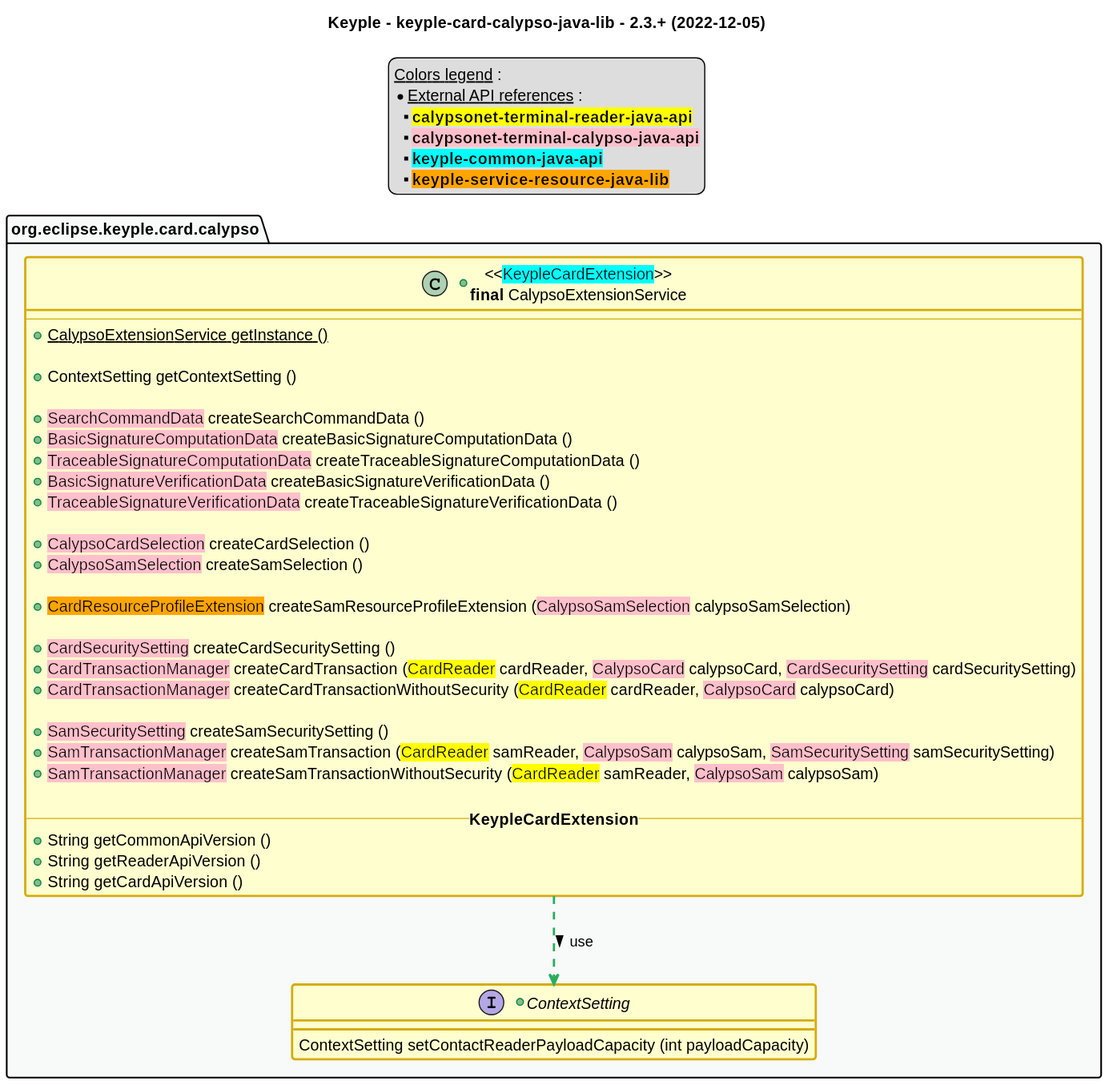
Before: src/main/uml/api_class_diagram.svg, a diagram exported from PlantUML (eclipse-keyple/keyple-card-calypso-java-lib).
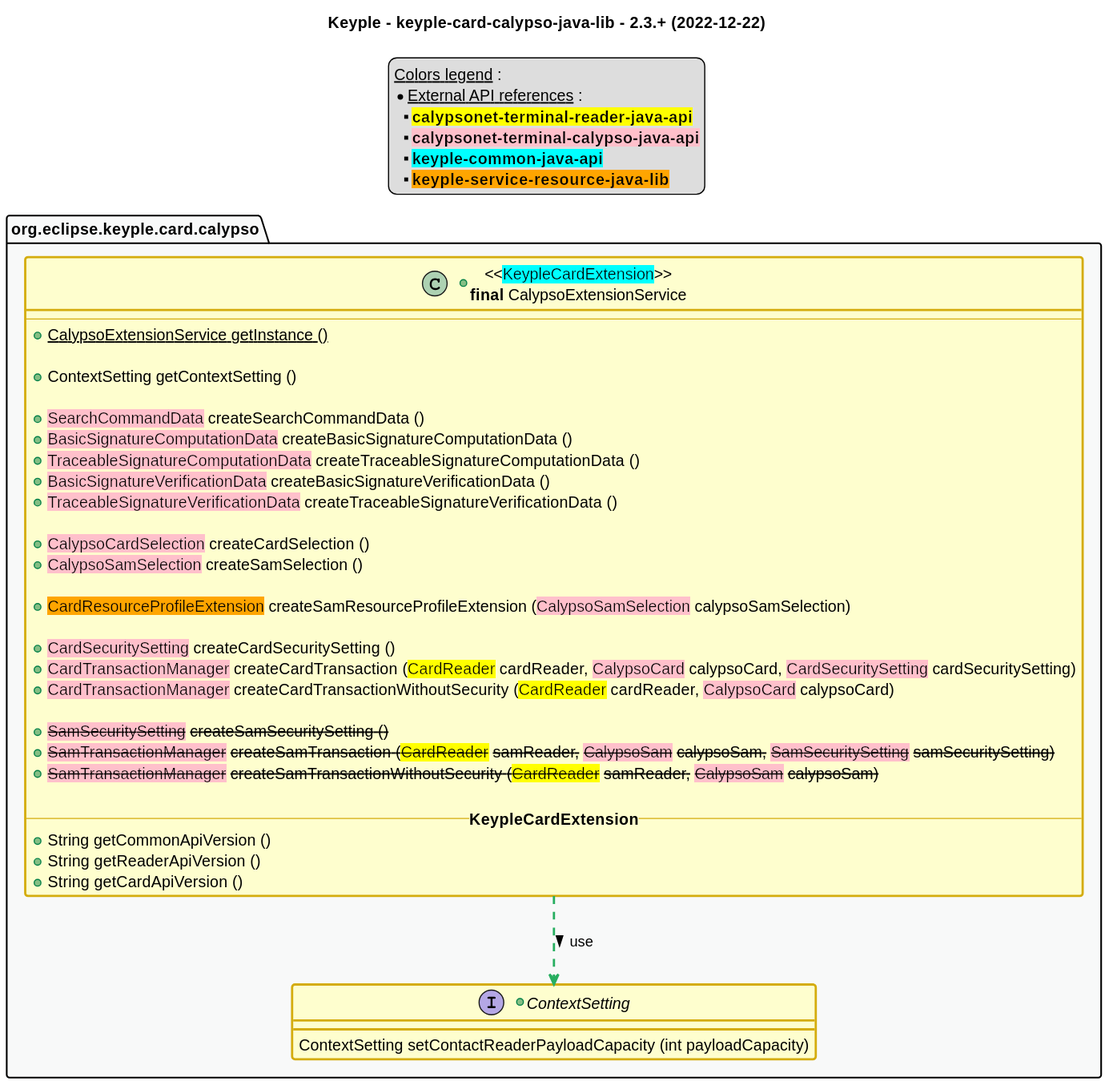
Later version of the same file.

What changed in the source:
```diff
@@ -1,6 +1,6 @@
 @startuml
 title
-    Keyple - keyple-card-calypso-java-lib - 2.3.+ (2022-12-05)
+    Keyple - keyple-card-calypso-java-lib - 2.3.+ (2022-12-22)
 end title
 
 
@@ -71,23 +71,22 @@
         +<back:pink>CardTransactionManager</back> createCardTransaction (<back:yellow>CardReader</back> cardReader, <back:pink>CalypsoCard</back> calypsoCard, <back:pink>CardSecuritySetting</back> cardSecuritySetting)
         +<back:pink>CardTransactionManager</back> createCardTransactionWithoutSecurity (<back:yellow>CardReader</back> cardReader, <back:pink>CalypsoCard</back> calypsoCard)
 
-        +<back:pink>SamSecuritySetting</back> createSamSecuritySetting ()
-        +<back:pink>SamTransactionManager</back> createSamTransaction (<back:yellow>CardReader</back> samReader, <back:pink>CalypsoSam</back> calypsoSam, <back:pink>SamSecuritySetting</back> samSecuritySetting)
-        +<back:pink>SamTransactionManager</back> createSamTransactionWithoutSecurity (<back:yellow>CardReader</back> samReader, <back:pink>CalypsoSam</back> calypsoSam)
+        +<s><back:pink>SamSecuritySetting</back> createSamSecuritySetting ()
+        +<s><back:pink>SamTransactionManager</back> createSamTransaction (<back:yellow>CardReader</back> samReader, <back:pink>CalypsoSam</back> calypsoSam, <back:pink>SamSecuritySetting</back> samSecuritySetting)
+        +<s><back:pink>SamTransactionManager</back> createSamTransactionWithoutSecurity (<back:yellow>CardReader</back> samReader, <back:pink>CalypsoSam</back> calypsoSam)
 
         -- **KeypleCardExtension** --
         +String getCommonApiVersion ()
         +String getReaderApiVersion ()
         +String getCardApiVersion ()
     }
-
     +interface ContextSetting {
         ContextSetting setContactReaderPayloadCapacity (int payloadCapacity)
     }
 }
 
+
 CalypsoExtensionService ..> ContextSetting #C_USE : use >
-
 
 
 
```
